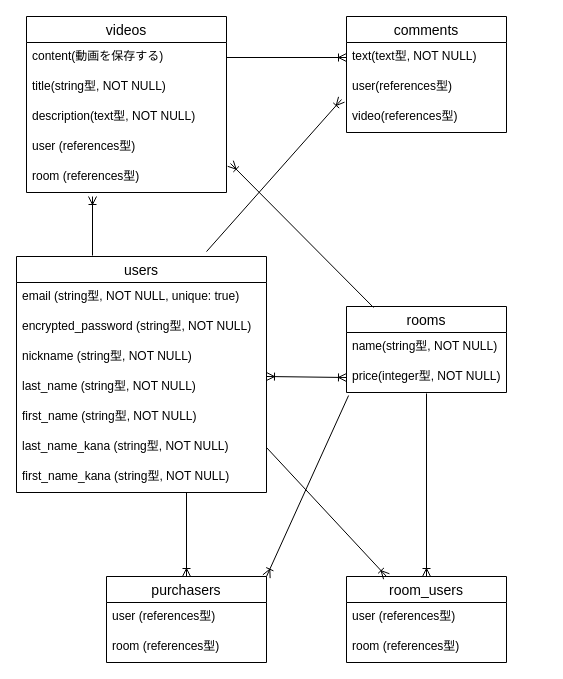
yudai-simoma/povio keeps this draw.io diagram as povio.dio. Above is the earlier version. Source tidied: cells renumbered, new cells numbered last; positions are measured from the earlier drawing's top-left corner, leaving out a move shared by most shapes. Both pictures are drawn from the tidied source at 100%, with x=0, y=0 at pixel (16, 16).
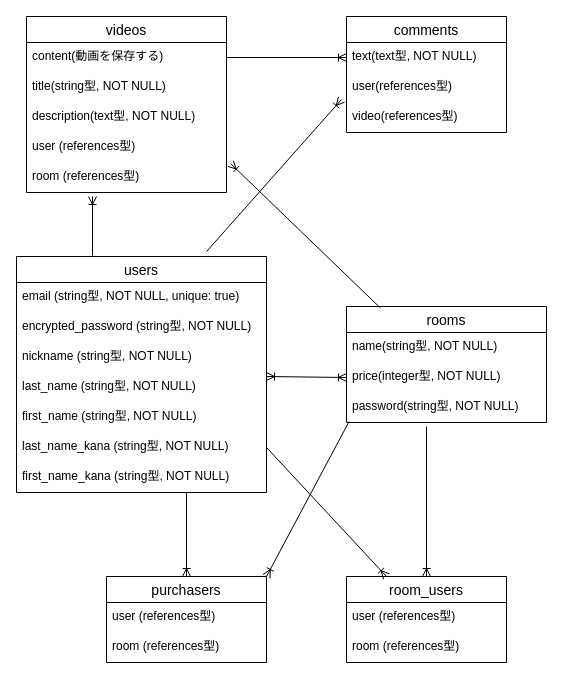
After the change.

The change refers to these unchanged cells:
```xml
<mxCell id="23" value="room_users" style="swimlane;fontStyle=0;horizontal=1;startSize=26;align=center;fontSize=14;" parent="1" vertex="1">
  <mxGeometry x="330" y="560" width="160" height="86" as="geometry" />
</mxCell>
<mxCell id="26" value="purchasers" style="swimlane;fontStyle=0;horizontal=1;startSize=26;align=center;fontSize=14;" parent="1" vertex="1">
  <mxGeometry x="90" y="560" width="160" height="86" as="geometry" />
</mxCell>
```

Change to the diagram source:
```diff
@@
     <mxCell id="12" value="rooms" style="swimlane;fontStyle=0;horizontal=1;startSize=26;align=center;fontSize=14;" parent="1" vertex="1">
-      <mxGeometry x="330" y="290" width="160" height="86" as="geometry" />
+      <mxGeometry x="330" y="290" width="200" height="116" as="geometry" />
     </mxCell>
     <mxCell id="13" value="name(string型, NOT NULL)" style="text;strokeColor=none;fillColor=none;spacingLeft=4;spacingRight=4;overflow=hidden;fontSize=12;" parent="12" vertex="1">
-      <mxGeometry y="26" width="160" height="30" as="geometry" />
+      <mxGeometry y="26" width="200" height="30" as="geometry" />
     </mxCell>
     <mxCell id="14" value="price(integer型, NOT NULL)" style="text;strokeColor=none;fillColor=none;spacingLeft=4;spacingRight=4;overflow=hidden;points=[[0,0.5],[1,0.5]];portConstraint=eastwest;fontSize=12;" parent="12" vertex="1">
-      <mxGeometry y="56" width="160" height="30" as="geometry" />
+      <mxGeometry y="56" width="200" height="30" as="geometry" />
     </mxCell>
+    <mxCell id="38" value="password(string型, NOT NULL)" style="text;strokeColor=none;fillColor=none;spacingLeft=4;spacingRight=4;overflow=hidden;points=[[0,0.5],[1,0.5]];portConstraint=eastwest;fontSize=12;" parent="12" vertex="1">
+      <mxGeometry y="86" width="200" height="30" as="geometry" />
+    </mxCell>
@@
-    <mxCell id="32" style="fontSize=12;html=1;endArrow=ERoneToMany;entryX=0.5;entryY=0;entryDx=0;entryDy=0;exitX=0.5;exitY=1.033;exitDx=0;exitDy=0;exitPerimeter=0;" parent="1" edge="1" source="14" target="23">
-      <mxGeometry relative="1" as="geometry" />
+    <mxCell id="32" style="fontSize=12;html=1;endArrow=ERoneToMany;entryX=0.5;entryY=0;entryDx=0;entryDy=0;" parent="1" edge="1" target="23">
+      <mxGeometry relative="1" as="geometry">
+        <mxPoint x="410" y="410" as="sourcePoint" />
+      </mxGeometry>
     </mxCell>
@@
-    <mxCell id="35" style="fontSize=12;html=1;endArrow=ERoneToMany;exitX=0.013;exitY=1.1;exitDx=0;exitDy=0;entryX=1;entryY=0;entryDx=0;entryDy=0;exitPerimeter=0;" parent="1" edge="1" source="14" target="26">
+    <mxCell id="35" style="fontSize=12;html=1;endArrow=ERoneToMany;exitX=0.013;exitY=0.967;exitDx=0;exitDy=0;entryX=1;entryY=0;entryDx=0;entryDy=0;exitPerimeter=0;" parent="1" edge="1" source="38" target="26">
       <mxGeometry relative="1" as="geometry" />
     </mxCell>
```
